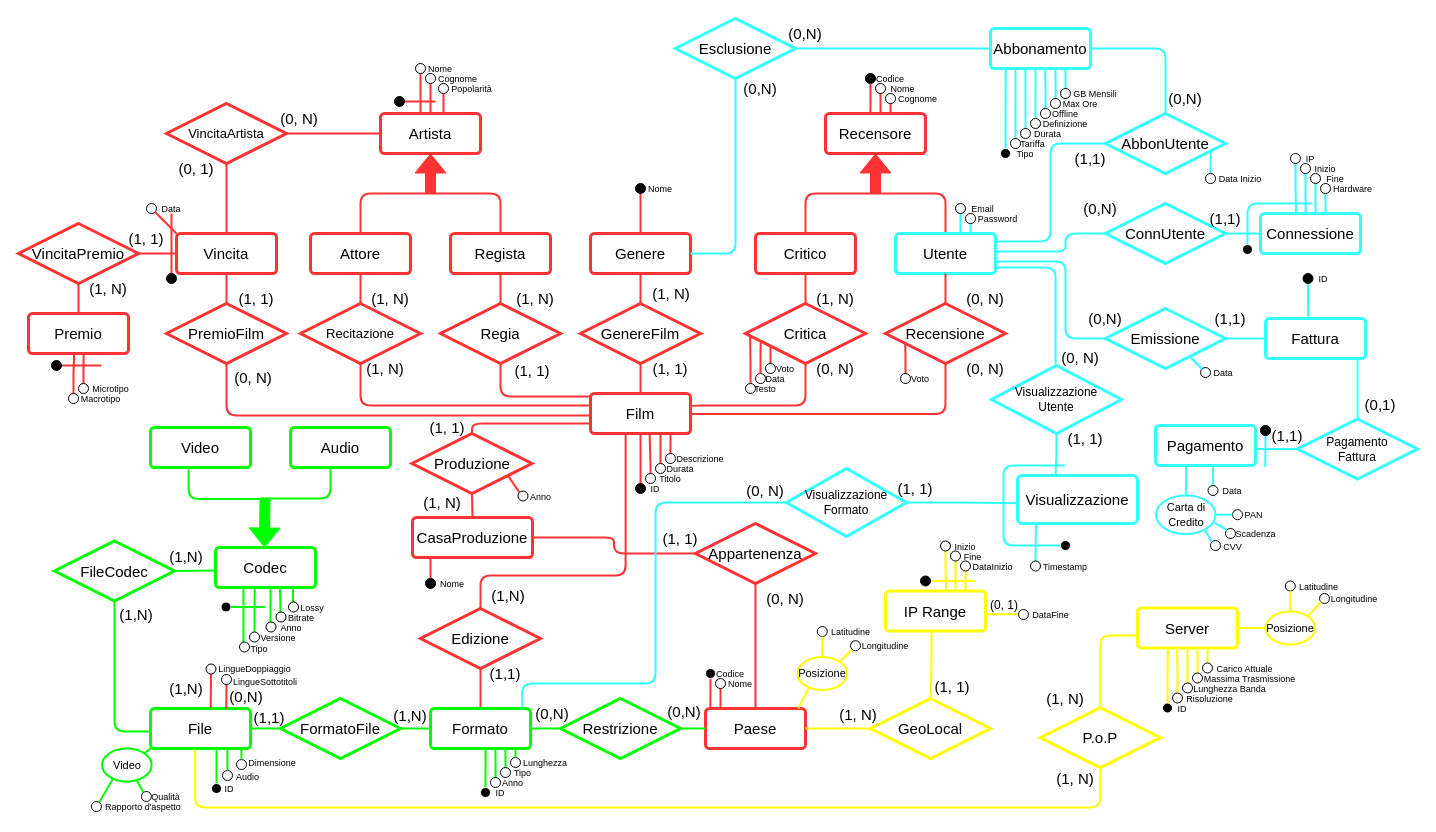
The draw.io diagram page "ER - da ristrutturare" (1 of 2) of ER.drawio in Richie314/FilmSphere, before the edit. Source tidied: cells renumbered, new cells numbered last; positions are measured from the earlier drawing's top-left corner, leaving out a move shared by most shapes. Both pictures are drawn from the tidied source at 100%, with x=0, y=0 at pixel (-145, 18).
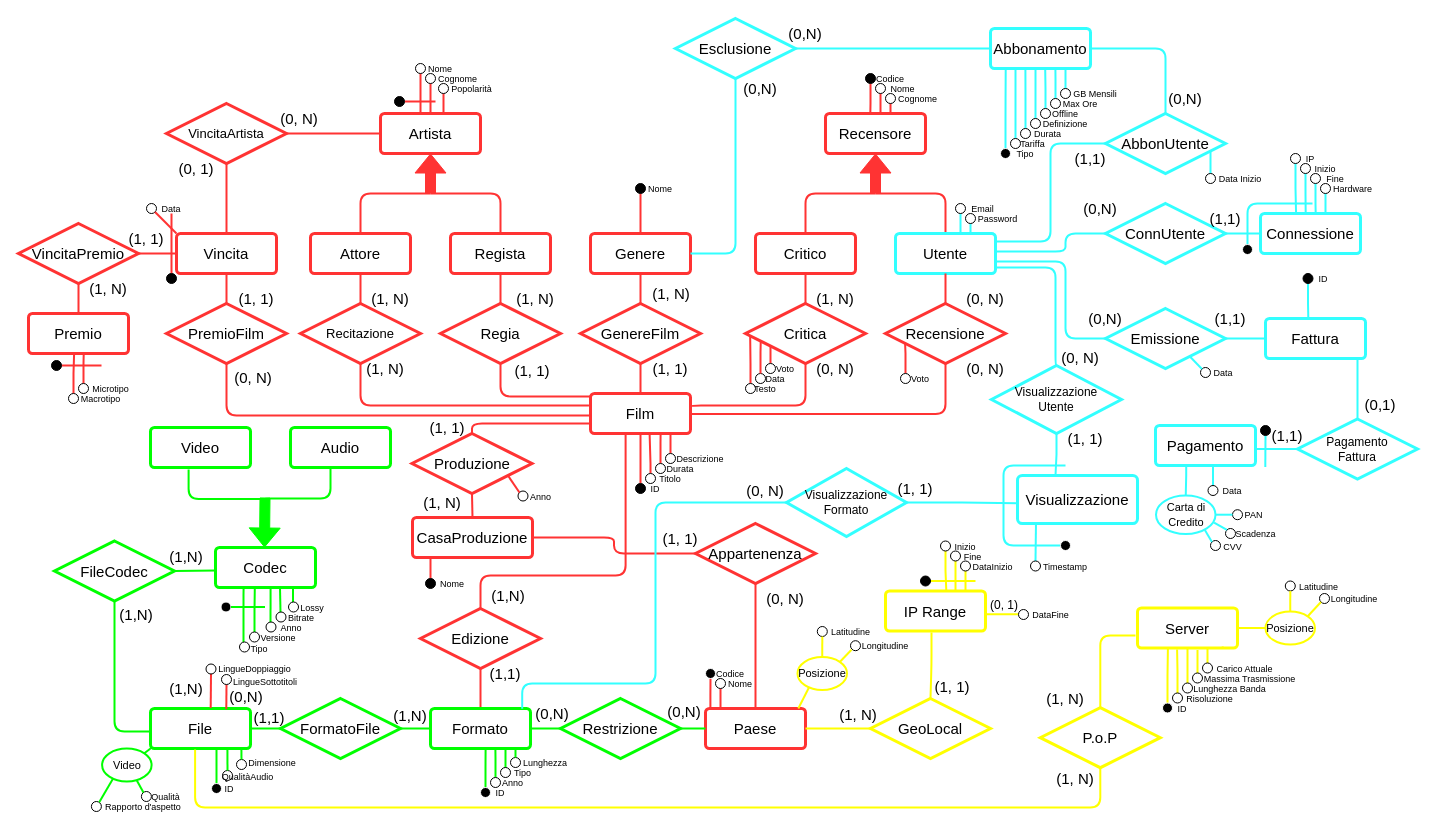
The same diagram, later.

What changed in the source:
```diff
@@
-    <mxCell id="290" value="&lt;font style=&quot;font-size: 9px;&quot;&gt;Audio&lt;br&gt;&lt;/font&gt;" style="text;html=1;strokeColor=none;fillColor=none;align=center;verticalAlign=middle;whiteSpace=wrap;rounded=0;" parent="1" vertex="1">
+    <mxCell id="290" value="&lt;font style=&quot;font-size: 9px;&quot;&gt;QualitàAudio&lt;br&gt;&lt;/font&gt;" style="text;html=1;strokeColor=none;fillColor=none;align=center;verticalAlign=middle;whiteSpace=wrap;rounded=0;" parent="1" vertex="1">
       <mxGeometry x="375" y="753" width="35" height="10" as="geometry" />
     </mxCell>
```
